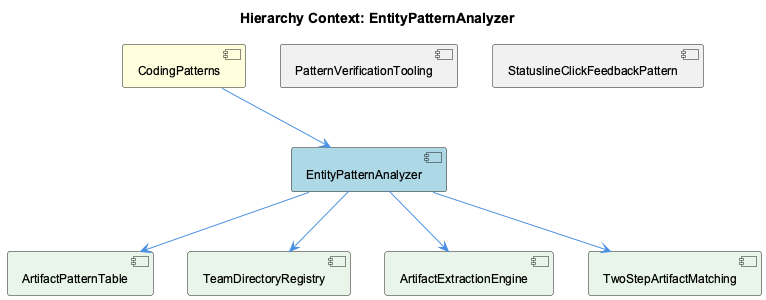
This is knowledge-management/insights/images/entity-pattern-analyzer-relationship.png from fwornle/coding, a PlantUML export, as it was before one commit.
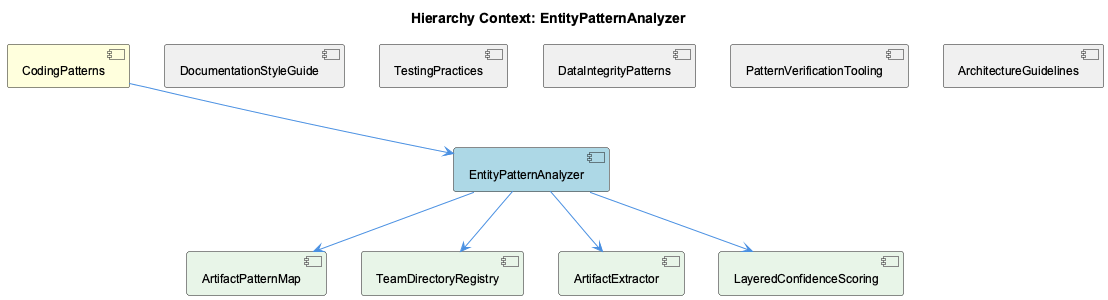
Later version of the same file.

What changed in the source:
```diff
@@ -5,19 +5,25 @@
 
 [CodingPatterns] as coding_patterns #FFFFDD
 [EntityPatternAnalyzer] as entity_pattern_analyzer #LightBlue
+[DocumentationStyleGuide] as documentation_style_guide #F0F0F0
+[TestingPractices] as testing_practices #F0F0F0
+[DataIntegrityPatterns] as data_integrity_patterns #F0F0F0
 [PatternVerificationTooling] as pattern_verification_tooling #F0F0F0
-[StatuslineClickFeedbackPattern] as statusline_click_feedback_pattern #F0F0F0
-[ArtifactPatternTable] as artifact_pattern_table #E8F5E8
+[ArchitectureGuidelines] as architecture_guidelines #F0F0F0
+[ArtifactPatternMap] as artifact_pattern_map #E8F5E8
 [TeamDirectoryRegistry] as team_directory_registry #E8F5E8
-[ArtifactExtractionEngine] as artifact_extraction_engine #E8F5E8
-[TwoStepArtifactMatching] as two_step_artifact_matching #E8F5E8
+[ArtifactExtractor] as artifact_extractor #E8F5E8
+[LayeredConfidenceScoring] as layered_confidence_scoring #E8F5E8
 
 coding_patterns --> entity_pattern_analyzer
+documentation_style_guide -[hidden]- entity_pattern_analyzer
+testing_practices -[hidden]- entity_pattern_analyzer
+data_integrity_patterns -[hidden]- entity_pattern_analyzer
 pattern_verification_tooling -[hidden]- entity_pattern_analyzer
-statusline_click_feedback_pattern -[hidden]- entity_pattern_analyzer
-entity_pattern_analyzer --> artifact_pattern_table
+architecture_guidelines -[hidden]- entity_pattern_analyzer
+entity_pattern_analyzer --> artifact_pattern_map
 entity_pattern_analyzer --> team_directory_registry
-entity_pattern_analyzer --> artifact_extraction_engine
-entity_pattern_analyzer --> two_step_artifact_matching
+entity_pattern_analyzer --> artifact_extractor
+entity_pattern_analyzer --> layered_confidence_scoring
 
 @enduml
```
